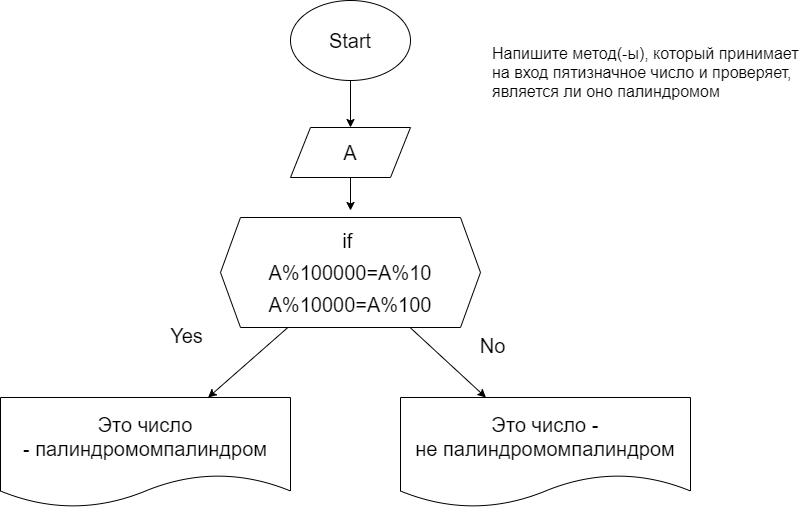
This is Homework/Homework_03/Exercise019/diagram019.drawio.png from SergeiTimokhin/Introduction_to_programming_languages, a draw.io export, as it was before one commit. Source tidied: cells renumbered, new cells last; positions are measured from the earlier drawing's top-left corner, leaving out a move shared by most shapes.
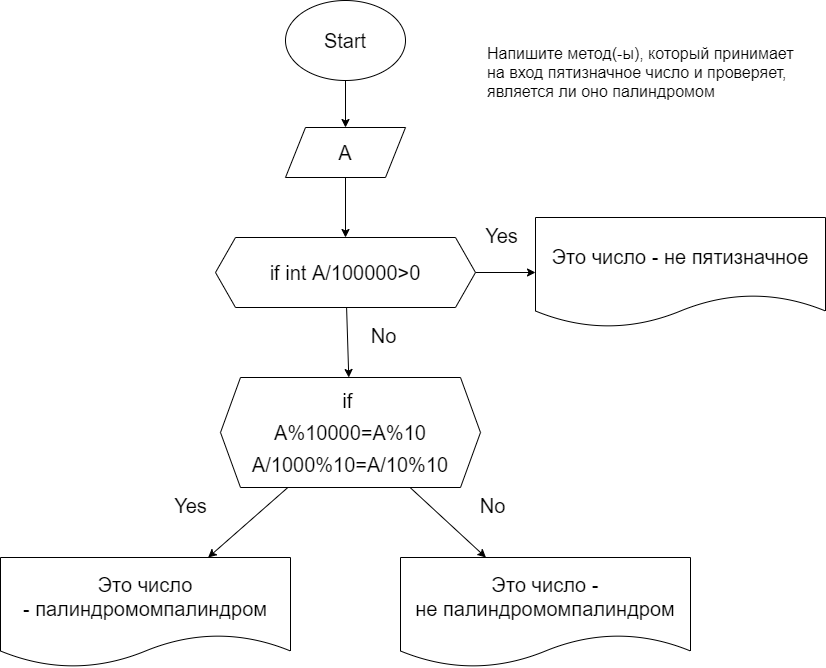
After the change.

Commit message:
Внесены изменения в README.MD в части решения задачи №019 к Домашней работе №3

What changed in the source:
```diff
@@ -8,25 +8,23 @@
     <mxCell id="3" value="Start" style="ellipse;whiteSpace=wrap;html=1;fontSize=20;" parent="1" vertex="1">
       <mxGeometry x="290" width="120" height="80" as="geometry" />
     </mxCell>
-    <mxCell id="4" style="edgeStyle=none;html=1;fontSize=20;" parent="1" edge="1" source="5">
-      <mxGeometry relative="1" as="geometry">
-        <mxPoint x="350" y="210" as="targetPoint" />
-      </mxGeometry>
+    <mxCell id="4" style="edgeStyle=none;html=1;fontSize=20;entryX=0.5;entryY=0;entryDx=0;entryDy=0;" parent="1" edge="1" source="5" target="16">
+      <mxGeometry relative="1" as="geometry" />
     </mxCell>
     <mxCell id="5" value="A" style="shape=parallelogram;perimeter=parallelogramPerimeter;whiteSpace=wrap;html=1;fixedSize=1;fontSize=20;" parent="1" vertex="1">
       <mxGeometry x="290" y="127" width="120" height="50" as="geometry" />
     </mxCell>
     <mxCell id="6" value="Yes" style="text;html=1;align=center;verticalAlign=middle;strokeColor=none;fillColor=none;fontSize=20;" parent="1" vertex="1">
-      <mxGeometry x="160" y="317" width="51" height="36" as="geometry" />
+      <mxGeometry x="169" y="487" width="51" height="36" as="geometry" />
     </mxCell>
     <mxCell id="7" value="No" style="text;html=1;align=center;verticalAlign=middle;strokeColor=none;fillColor=none;fontSize=20;" parent="1" vertex="1">
-      <mxGeometry x="470" y="327" width="44" height="36" as="geometry" />
+      <mxGeometry x="475" y="487" width="44" height="36" as="geometry" />
     </mxCell>
     <mxCell id="8" value="Напишите метод(-ы), который принимает на вход пятизначное число и проверяет, является ли оно палиндромом" style="text;whiteSpace=wrap;html=1;fontSize=16;" parent="1" vertex="1">
       <mxGeometry x="490" y="37" width="320" height="80" as="geometry" />
     </mxCell>
     <mxCell id="9" value="Это число -&amp;nbsp;&lt;span style=&quot;font-size: 20px; text-align: left;&quot;&gt;палиндромом&lt;/span&gt;&lt;span style=&quot;font-size: 20px; text-align: left;&quot;&gt;палиндром&lt;/span&gt;" style="shape=document;whiteSpace=wrap;html=1;boundedLbl=1;fontSize=20;" parent="1" vertex="1">
-      <mxGeometry y="397" width="290" height="110" as="geometry" />
+      <mxGeometry x="5" y="557" width="290" height="110" as="geometry" />
     </mxCell>
     <mxCell id="10" style="edgeStyle=none;html=1;fontSize=20;" parent="1" edge="1" source="12" target="13">
       <mxGeometry relative="1" as="geometry" />
@@ -34,11 +32,29 @@
     <mxCell id="11" style="edgeStyle=none;html=1;fontSize=20;" parent="1" edge="1" source="12" target="9">
       <mxGeometry relative="1" as="geometry" />
     </mxCell>
-    <mxCell id="12" value="&lt;span style=&quot;font-size: 20px;&quot;&gt;if&amp;nbsp;&lt;/span&gt;&lt;br style=&quot;font-size: 20px;&quot;&gt;&lt;span style=&quot;font-size: 20px;&quot;&gt;A%100000=A%10&lt;/span&gt;&lt;br style=&quot;font-size: 20px;&quot;&gt;&lt;span style=&quot;font-size: 20px;&quot;&gt;A%10000=A%100&lt;/span&gt;" style="shape=hexagon;perimeter=hexagonPerimeter2;whiteSpace=wrap;html=1;fixedSize=1;" parent="1" vertex="1">
-      <mxGeometry x="220" y="217" width="260" height="110" as="geometry" />
+    <mxCell id="12" value="&lt;span style=&quot;font-size: 20px;&quot;&gt;if&amp;nbsp;&lt;/span&gt;&lt;br style=&quot;font-size: 20px;&quot;&gt;&lt;span style=&quot;font-size: 20px;&quot;&gt;A%10000=A%10&lt;/span&gt;&lt;br style=&quot;font-size: 20px;&quot;&gt;&lt;span style=&quot;font-size: 20px;&quot;&gt;A/1000%10=A/10%10&lt;/span&gt;" style="shape=hexagon;perimeter=hexagonPerimeter2;whiteSpace=wrap;html=1;fixedSize=1;" parent="1" vertex="1">
+      <mxGeometry x="225" y="377" width="260" height="110" as="geometry" />
     </mxCell>
     <mxCell id="13" value="Это число - не&amp;nbsp;&lt;span style=&quot;font-size: 20px; text-align: left;&quot;&gt;палиндромом&lt;/span&gt;&lt;span style=&quot;font-size: 20px; text-align: left;&quot;&gt;палиндром&lt;/span&gt;" style="shape=document;whiteSpace=wrap;html=1;boundedLbl=1;fontSize=20;" parent="1" vertex="1">
-      <mxGeometry x="400" y="397" width="290" height="110" as="geometry" />
+      <mxGeometry x="405" y="557" width="290" height="110" as="geometry" />
     </mxCell>
+    <mxCell id="14" style="edgeStyle=none;html=1;" parent="1" edge="1" source="16" target="17">
+      <mxGeometry relative="1" as="geometry" />
+    </mxCell>
+    <mxCell id="15" style="edgeStyle=none;html=1;" parent="1" edge="1" source="16" target="12">
+      <mxGeometry relative="1" as="geometry" />
+    </mxCell>
+    <mxCell id="16" value="&lt;span style=&quot;font-size: 20px;&quot;&gt;if int A/100000&amp;gt;0&lt;/span&gt;" style="shape=hexagon;perimeter=hexagonPerimeter2;whiteSpace=wrap;html=1;fixedSize=1;" parent="1" vertex="1">
+      <mxGeometry x="220" y="237" width="260" height="70" as="geometry" />
+    </mxCell>
+    <mxCell id="17" value="&lt;div style=&quot;text-align: left;&quot;&gt;&lt;span style=&quot;background-color: initial;&quot;&gt;Это число - не пятизначное&lt;/span&gt;&lt;/div&gt;" style="shape=document;whiteSpace=wrap;html=1;boundedLbl=1;fontSize=20;" parent="1" vertex="1">
+      <mxGeometry x="540" y="217" width="290" height="110" as="geometry" />
+    </mxCell>
+    <mxCell id="18" value="Yes" style="text;html=1;align=center;verticalAlign=middle;strokeColor=none;fillColor=none;fontSize=20;" parent="1" vertex="1">
+      <mxGeometry x="480" y="217" width="51" height="36" as="geometry" />
+    </mxCell>
+    <mxCell id="19" value="No" style="text;html=1;align=center;verticalAlign=middle;strokeColor=none;fillColor=none;fontSize=20;" parent="1" vertex="1">
+      <mxGeometry x="366" y="317" width="44" height="36" as="geometry" />
+    </mxCell>
   </root>
 </mxGraphModel>
```
